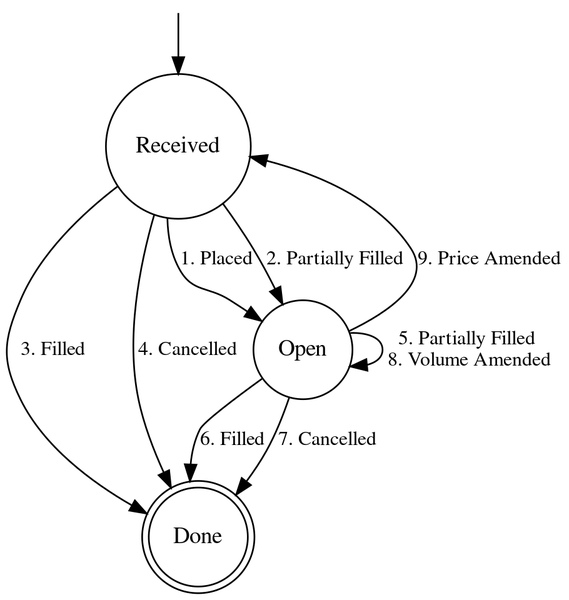
The Graphviz diagram docs/order-life-cycle.png in petr-fedorov/oberon, before a commit. Its source is kept beside it as docs/order-life-cycle.gv.
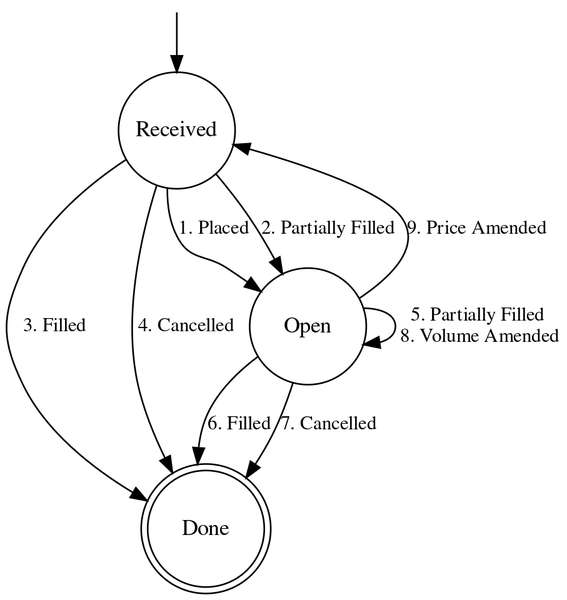
After the change.

The edit, as a diff of the source:
```diff
@@ -1,9 +1,10 @@
 digraph G {
  rankdir=TB;
  size="10!";
+ New [style="invis"; shape="point"];
+ node [fixedsize=True; width=1;];
  node [shape=doublecircle]; Done;
  node [shape=circle];
- New [style="invis"; shape="point"];
  New -> Received;
  Received -> Open [label = "1. Placed"; weight=1; fontsize=12];
  Received -> Open [label = "2. Partially Filled"; fontsize=12];
```
